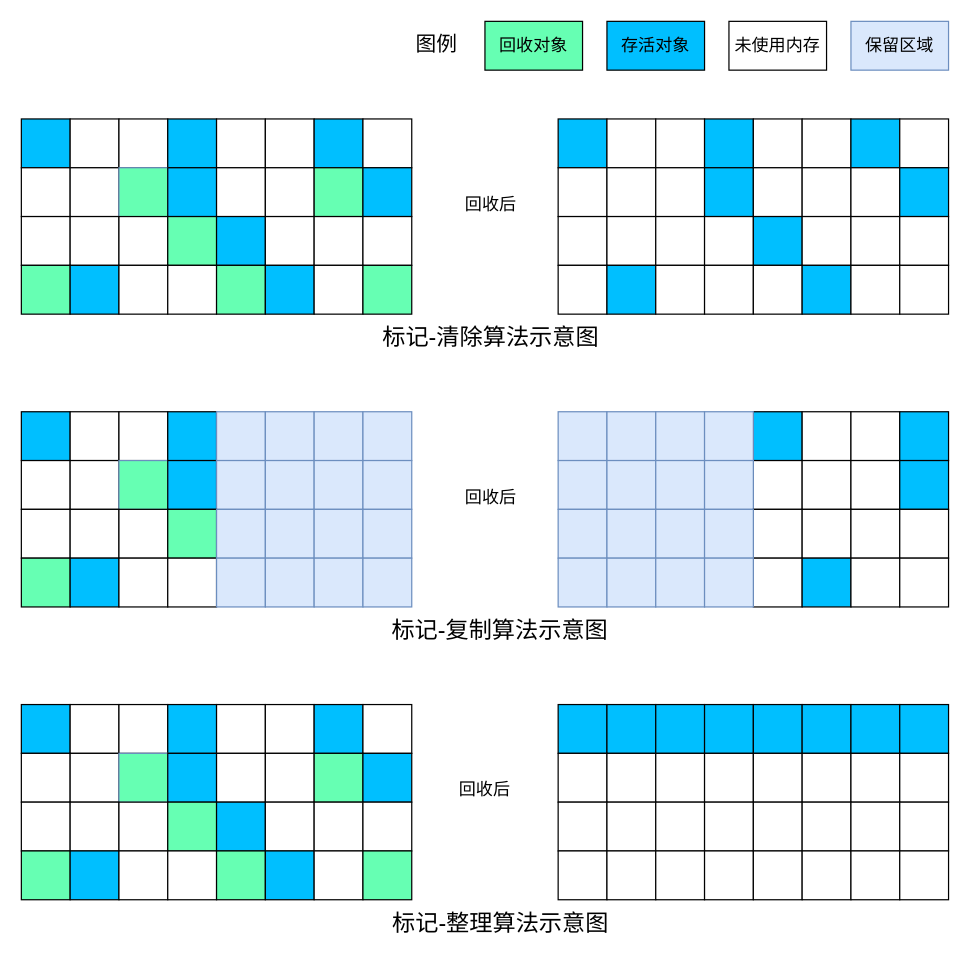
GourdErwa/review-notes keeps this draw.io diagram as page "垃圾收集算法" (2 of 3) of language/java-jvm/_images/JVM-原图制作.drawio. Above is the earlier version. Source tidied: cells renumbered, new cells numbered last; positions are measured from the earlier drawing's top-left corner, leaving out a move shared by most shapes. Both pictures are drawn from the tidied source at 122%, with x=0, y=0 at pixel (21, 21).
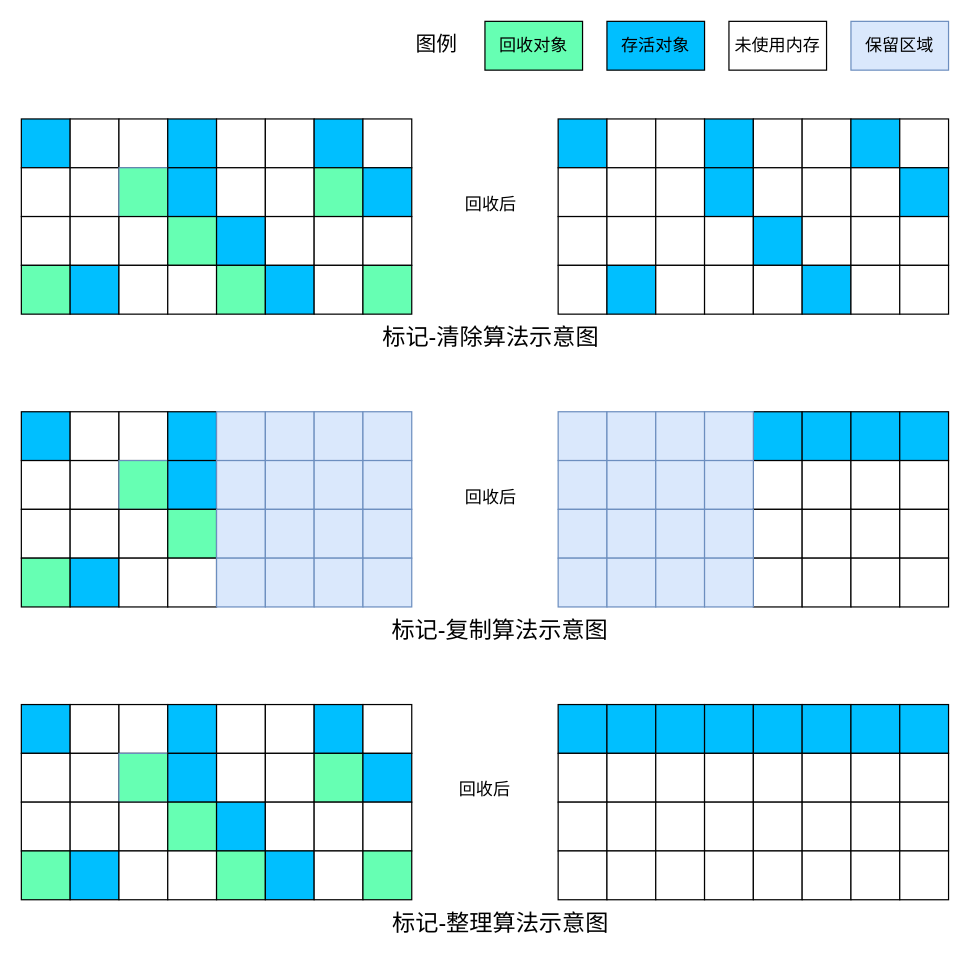
The same diagram, later.

What changed in the source:
```diff
@@
-    <mxCell id="104" style="whiteSpace=wrap;html=1;" parent="1" vertex="1">
+    <mxCell id="104" style="whiteSpace=wrap;html=1;fillColor=#00BFFF;" parent="1" vertex="1">
       <mxGeometry x="640" y="320" width="40" height="40" as="geometry" />
     </mxCell>
@@
-    <mxCell id="107" style="whiteSpace=wrap;html=1;" parent="1" vertex="1">
+    <mxCell id="107" style="whiteSpace=wrap;html=1;fillColor=#00BFFF;" parent="1" vertex="1">
       <mxGeometry x="680" y="320" width="40" height="40" as="geometry" />
     </mxCell>
@@
-    <mxCell id="110" style="whiteSpace=wrap;html=1;fillColor=#00BFFF;" parent="1" vertex="1">
+    <mxCell id="110" style="whiteSpace=wrap;html=1;fillColor=#FFFFFF;" parent="1" vertex="1">
       <mxGeometry x="720" y="360" width="40" height="40" as="geometry" />
     </mxCell>
@@
-    <mxCell id="122" style="whiteSpace=wrap;html=1;fillColor=#00BFFF;" parent="1" vertex="1">
+    <mxCell id="122" style="whiteSpace=wrap;html=1;fillColor=#FFFFFF;" parent="1" vertex="1">
       <mxGeometry x="640" y="440" width="40" height="40" as="geometry" />
     </mxCell>
```
